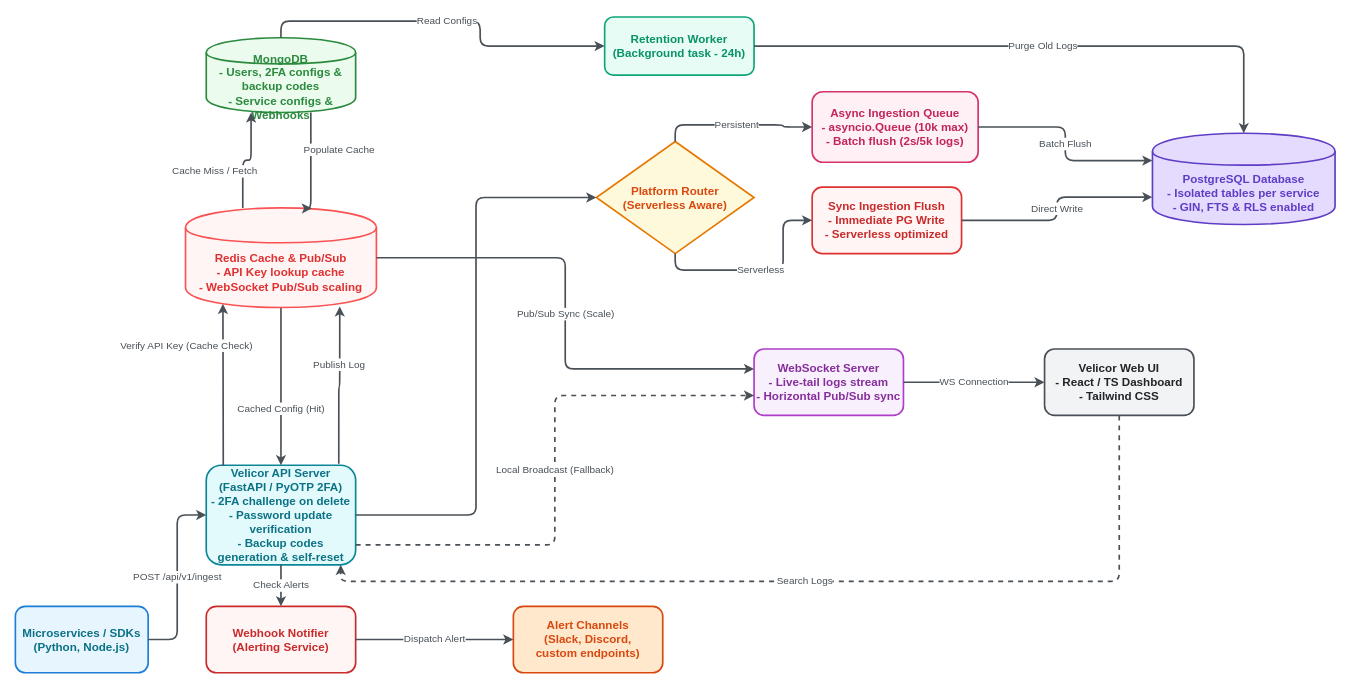
Before: velicor.drawio in siddharthjain25/velicor, a draw.io diagram. Source tidied: cells renumbered, new cells numbered last; positions are measured from the earlier drawing's top-left corner, leaving out a move shared by most shapes. Both pictures are drawn from the tidied source at 83%, with x=0, y=0 at pixel (15, 17).
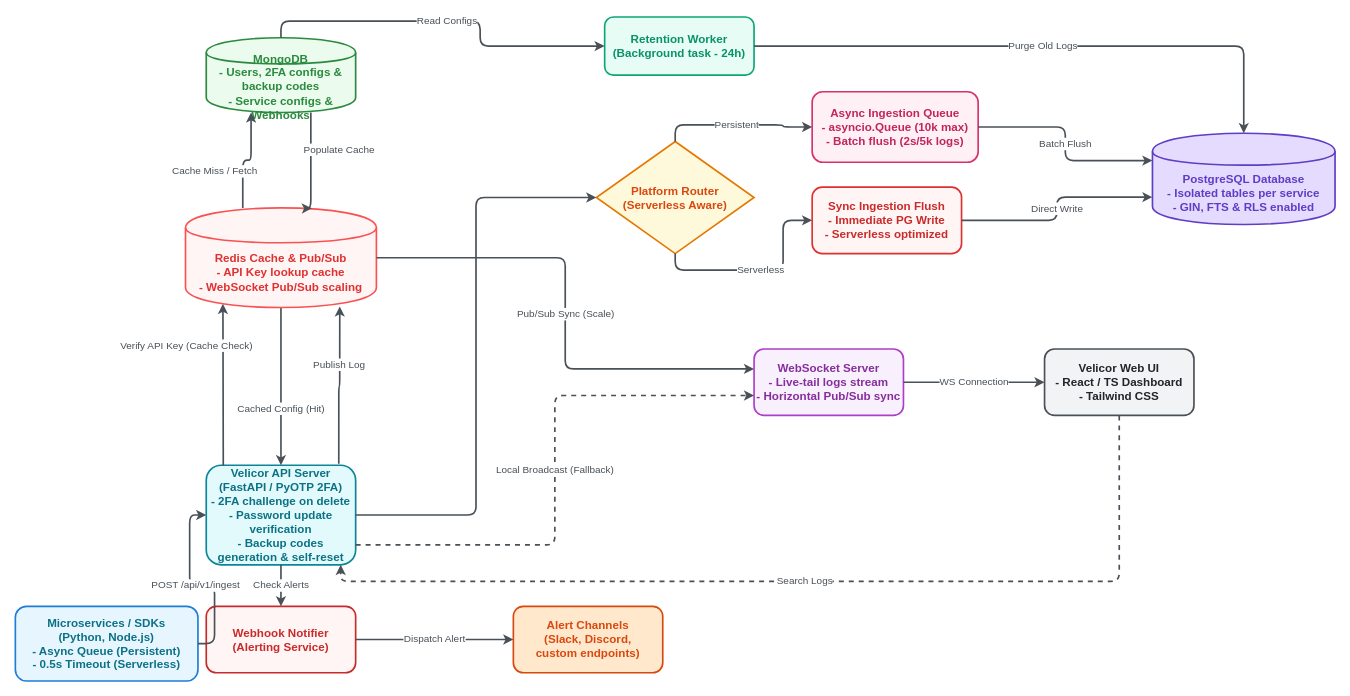
The same page after the edit.

Commit message (it also covers changes not shown here):
docs: update python integration to handle serverless timeouts and architecture diagram

What changed in the source:
```diff
@@
-    <mxCell id="2" value="Microservices / SDKs&lt;br/&gt;(Python, Node.js)" style="rounded=1;whiteSpace=wrap;html=1;strokeWidth=2;fontSize=14;fontStyle=1;fillColor=#e7f5ff;strokeColor=#1c7ed6;fontColor=#0b7285;" parent="1" vertex="1">
-      <mxGeometry y="710" width="160" height="80" as="geometry" />
+    <mxCell id="2" value="Microservices / SDKs&lt;br/&gt;(Python, Node.js)&lt;br/&gt;- Async Queue (Persistent)&lt;br/&gt;- 0.5s Timeout (Serverless)" style="rounded=1;whiteSpace=wrap;html=1;strokeWidth=2;fontSize=14;fontStyle=1;fillColor=#e7f5ff;strokeColor=#1c7ed6;fontColor=#0b7285;" parent="1" vertex="1">
+      <mxGeometry y="710" width="220" height="90" as="geometry" />
     </mxCell>
```
